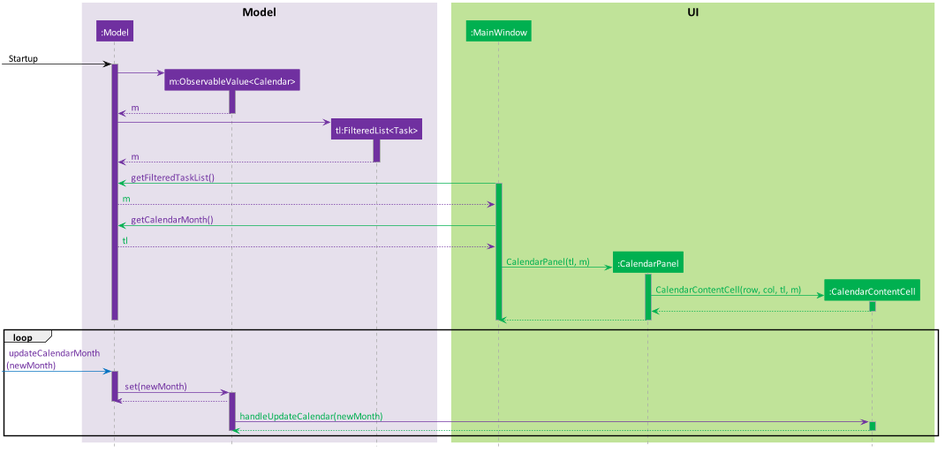
Before: docs/images/CalendarRenderSequence.png, a diagram exported from PlantUML (CS2103-AY1819S1-T09-1/main). The source it was exported from:
```plantuml
@startuml
scale 2
scale 500 height

skinparam defaultFontName Calibri
skinparam defaultFontSize 16
skinparam BoxPadding 10
skinparam ParticipantPadding 20
skinparam shadowing false
hide stereotype

skinparam sequence {
    BoxBorderColor transparent
    BoxFontSize 20

    ParticipantBorderColor<<main>> #C00000
    ParticipantBackgroundColor<<main>> #C00000

    ParticipantBorderColor<<ui>> #00B050
    ParticipantBackgroundColor<<ui>> #00B050

    ParticipantBorderColor<<logic>> #0070C0
    ParticipantBackgroundColor<<logic>> #0070C0

    ParticipantBorderColor<<model>> #7030A0
    ParticipantBackgroundColor<<model>> #7030A0

    groupBodyBackgroundColor transparent

    LifeLineBorderColor DarkGrey
    LifeLineBackgroundColor #00B050
    ParticipantFontColor #FFFFFF

    ArrowColor #00B050
    ArrowBorderColor #00B050
    ArrowFontColor #00B050
}

box "Model" #E6E0EC
    participant model as ":Model" <<model>>
    participant month as "m:ObservableValue<Calendar>" <<model>>
    participant taskList as "tl:FilteredList<Task>" <<model>>
end box
box "UI" #C0E399
    participant mainWindow as ":MainWindow" <<ui>>
    participant calendarPanel as ":CalendarPanel" <<ui>>
    participant calendarContentCell as ":CalendarContentCell" <<ui>>
end box

hide footbox
[-[#000000]>model: <color:#000000> Startup
activate model #7030A0
create month
model -[#7030A0]> month
activate month #7030A0
month --[#7030A0]>model: <color:#7030A0> m
deactivate month
create taskList
model -[#7030A0]> taskList
activate taskList #7030A0
taskList --[#7030A0]>model: <color:#7030A0> m
deactivate taskList

mainWindow -> model: <color:#7030A0> getFilteredTaskList()
activate mainWindow
model --[#7030A0]> mainWindow: m
mainWindow -> model: <color:#7030A0> getCalendarMonth()
model --[#7030A0]> mainWindow: tl
create calendarPanel
mainWindow -> calendarPanel: CalendarPanel(tl, m)
activate calendarPanel
create calendarContentCell
calendarPanel -> calendarContentCell : CalendarContentCell(row, col, tl, m)
activate calendarContentCell
calendarContentCell --> calendarPanel
deactivate calendarContentCell
calendarPanel --> mainWindow
deactivate calendarPanel
deactivate mainWindow
deactivate model
loop
[-[#0070C0]>model: <color:#7030A0> updateCalendarMonth\n<color:#7030A0>(newMonth)
activate model #7030A0
model -[#7030A0]>month: <color:#7030A0> set(newMonth)
activate month #7030A0
month --[#7030A0]> model
deactivate model
month -[#7030A0]> calendarContentCell: handleUpdateCalendar(newMonth)
activate calendarContentCell
calendarContentCell --> month
deactivate calendarContentCell
deactivate month
end loop
@enduml
```
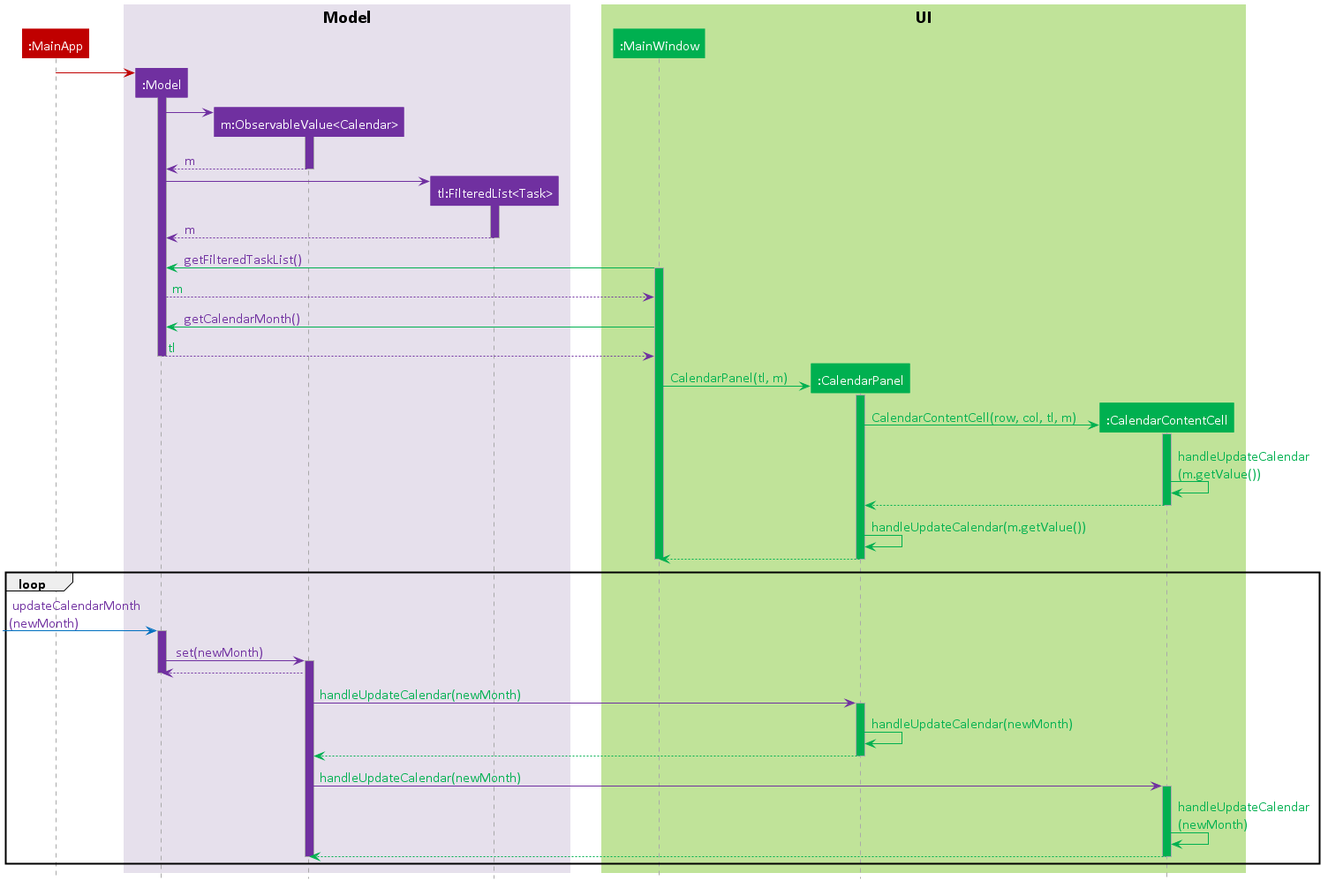
Later version of the same file.

The edit, as a diff of the source:
```diff
@@ -1,11 +1,10 @@
 @startuml
-scale 2
-scale 500 height
+scale 1
 
 skinparam defaultFontName Calibri
 skinparam defaultFontSize 16
-skinparam BoxPadding 10
-skinparam ParticipantPadding 20
+skinparam BoxPadding 16
+skinparam ParticipantPadding 10
 skinparam shadowing false
 hide stereotype
 
@@ -35,7 +34,7 @@
     ArrowBorderColor #00B050
     ArrowFontColor #00B050
 }
-
+participant main as ":MainApp" <<main>>
 box "Model" #E6E0EC
     participant model as ":Model" <<model>>
     participant month as "m:ObservableValue<Calendar>" <<model>>
@@ -48,7 +47,8 @@
 end box
 
 hide footbox
-[-[#000000]>model: <color:#000000> Startup
+create model
+main-[#C00000]>model
 activate model #7030A0
 create month
 model -[#7030A0]> month
@@ -66,18 +66,20 @@
 model --[#7030A0]> mainWindow: m
 mainWindow -> model: <color:#7030A0> getCalendarMonth()
 model --[#7030A0]> mainWindow: tl
+deactivate model
 create calendarPanel
 mainWindow -> calendarPanel: CalendarPanel(tl, m)
 activate calendarPanel
 create calendarContentCell
 calendarPanel -> calendarContentCell : CalendarContentCell(row, col, tl, m)
 activate calendarContentCell
+calendarContentCell -> calendarContentCell: handleUpdateCalendar\n(m.getValue())
 calendarContentCell --> calendarPanel
 deactivate calendarContentCell
+calendarPanel -> calendarPanel: handleUpdateCalendar(m.getValue())
 calendarPanel --> mainWindow
 deactivate calendarPanel
 deactivate mainWindow
-deactivate model
 loop
 [-[#0070C0]>model: <color:#7030A0> updateCalendarMonth\n<color:#7030A0>(newMonth)
 activate model #7030A0
@@ -85,8 +87,14 @@
 activate month #7030A0
 month --[#7030A0]> model
 deactivate model
+month -[#7030A0]> calendarPanel: handleUpdateCalendar(newMonth)
+activate calendarPanel
+calendarPanel -> calendarPanel: handleUpdateCalendar(newMonth)
+calendarPanel --> month
+deactivate calendarPanel
 month -[#7030A0]> calendarContentCell: handleUpdateCalendar(newMonth)
 activate calendarContentCell
+calendarContentCell -> calendarContentCell: handleUpdateCalendar\n(newMonth)
 calendarContentCell --> month
 deactivate calendarContentCell
 deactivate month
```
